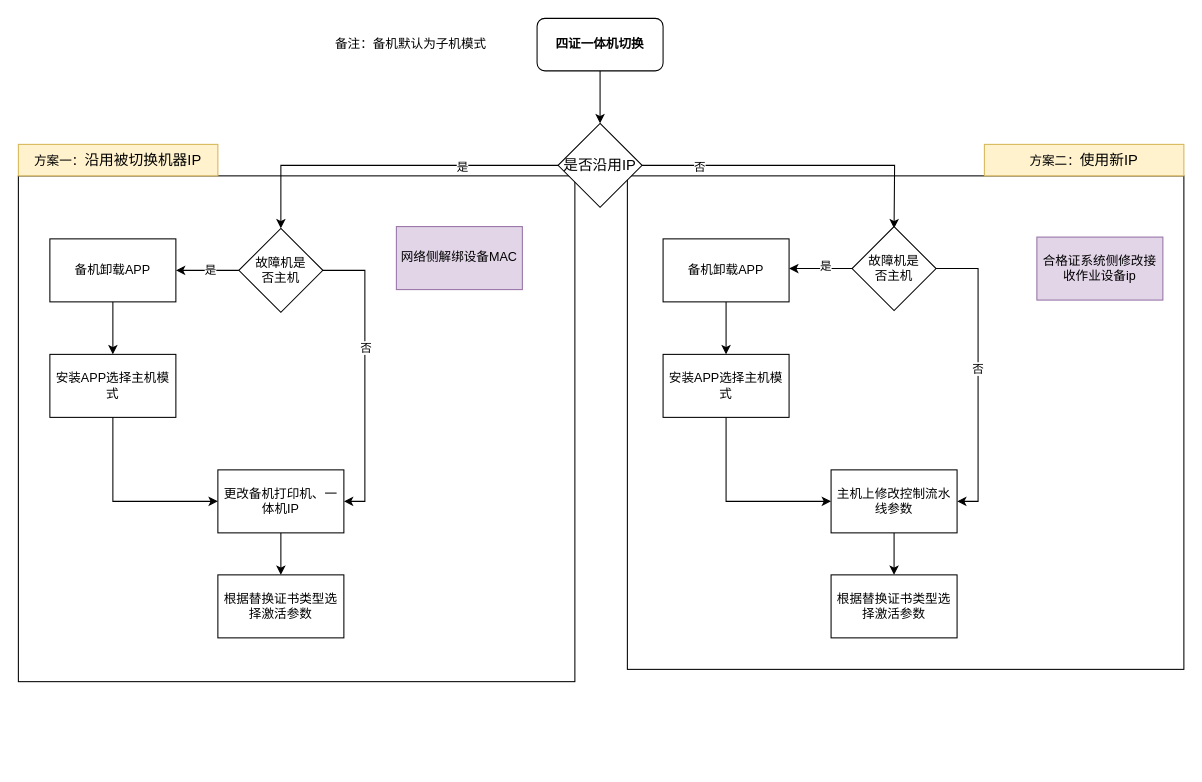
Earlier version of the draw.io diagram page "第 2 页" (2 of 4) of 未命名绘图.drawio (fgh2894/fgh2894.github.io). Source tidied: cells renumbered, new cells numbered last; positions are measured from the earlier drawing's top-left corner, leaving out a move shared by most shapes. Both pictures are drawn from the tidied source at 105%, with x=0, y=0 at pixel (18, 18).
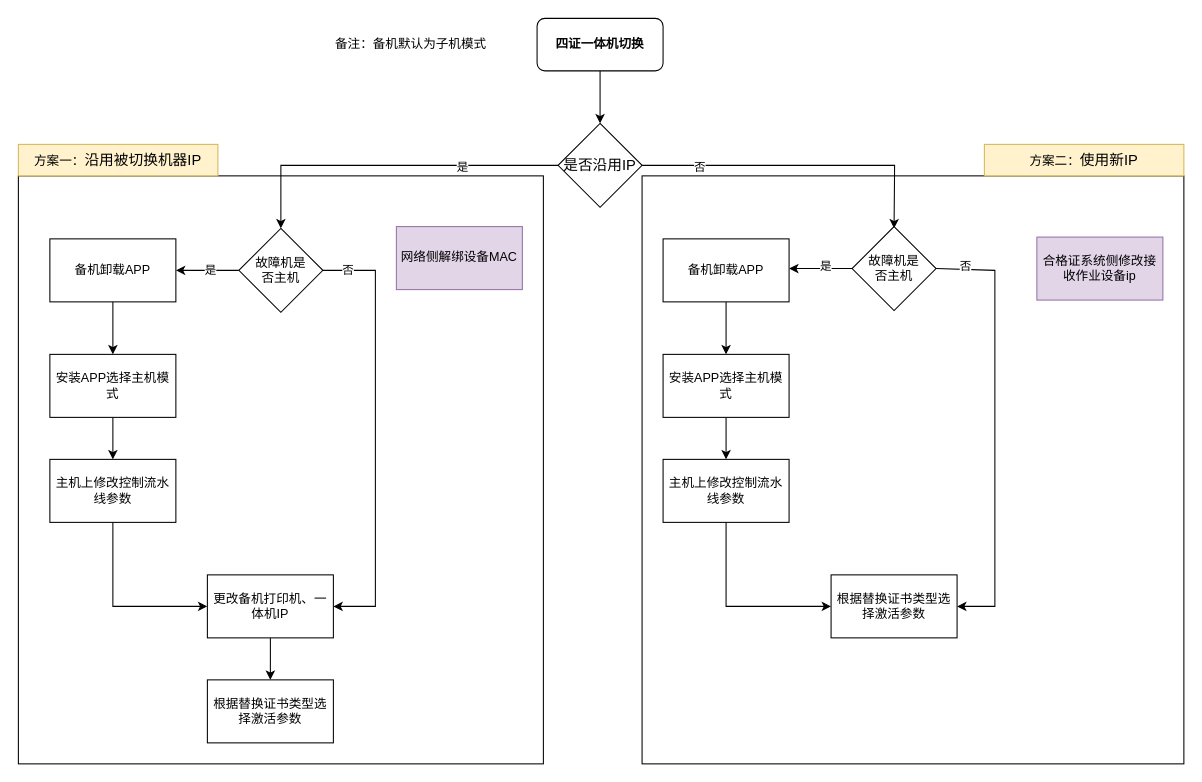
After the change.

Unchanged cells that the change refers to:
```xml
<mxCell id="15" value="故障机是&lt;div&gt;否主机&lt;/div&gt;" style="rhombus;whiteSpace=wrap;html=1;" parent="1" vertex="1">
  <mxGeometry x="210" y="200" width="80" height="80" as="geometry" />
</mxCell>
<mxCell id="19" value="安装APP选择主机模式" style="whiteSpace=wrap;html=1;" parent="1" vertex="1">
  <mxGeometry x="30" y="320" width="120" height="60" as="geometry" />
</mxCell>
<mxCell id="30" value="故障机是&lt;div&gt;否主机&lt;/div&gt;" style="rhombus;whiteSpace=wrap;html=1;" parent="1" vertex="1">
  <mxGeometry x="794" y="198.3" width="80" height="80" as="geometry" />
</mxCell>
<mxCell id="35" value="安装APP选择主机模式" style="whiteSpace=wrap;html=1;" parent="1" vertex="1">
  <mxGeometry x="614" y="320" width="120" height="60" as="geometry" />
</mxCell>
<mxCell id="36" value="根据替换证书类型选择激活参数" style="whiteSpace=wrap;html=1;" parent="1" vertex="1">
  <mxGeometry x="774" y="530" width="120" height="60" as="geometry" />
</mxCell>
```

Change to the diagram source:
```diff
@@
-    <mxCell id="2" style="rounded=0;whiteSpace=wrap;html=1;" parent="1" vertex="1">
-      <mxGeometry y="150" width="530" height="481.7" as="geometry" />
-    </mxCell>
-    <mxCell id="3" style="rounded=0;whiteSpace=wrap;html=1;" parent="1" vertex="1">
-      <mxGeometry x="580" y="150" width="530" height="470" as="geometry" />
-    </mxCell>
+    <mxCell id="42" style="rounded=0;whiteSpace=wrap;html=1;" parent="1" vertex="1">
+      <mxGeometry x="594" y="150" width="516" height="560" as="geometry" />
+    </mxCell>
+    <mxCell id="43" style="rounded=0;whiteSpace=wrap;html=1;" parent="1" vertex="1">
+      <mxGeometry y="150" width="500" height="560" as="geometry" />
+    </mxCell>
@@
-    <mxCell id="13" style="edgeStyle=orthogonalEdgeStyle;rounded=0;jettySize=auto;html=1;entryX=1;entryY=0.5;entryDx=0;entryDy=0;" parent="1" edge="1" source="15" target="21">
-      <mxGeometry relative="1" as="geometry">
-        <Array as="points">
-          <mxPoint x="330" y="240" />
-          <mxPoint x="330" y="460" />
-        </Array>
-      </mxGeometry>
-    </mxCell>
-    <mxCell id="14" value="否" style="edgeLabel;html=1;align=center;verticalAlign=middle;" parent="13" vertex="1">
-      <mxGeometry x="-0.19" relative="1" as="geometry" />
-    </mxCell>
@@
+    <mxCell id="44" style="edgeStyle=orthogonalEdgeStyle;rounded=0;jettySize=auto;html=1;" parent="1" edge="1" source="19" target="45">
+      <mxGeometry relative="1" as="geometry" />
+    </mxCell>
@@
     <mxCell id="21" value="更改备机打印机、一体机IP" style="whiteSpace=wrap;html=1;" parent="1" vertex="1">
-      <mxGeometry x="190" y="430" width="120" height="60" as="geometry" />
+      <mxGeometry x="180" y="530" width="120" height="60" as="geometry" />
     </mxCell>
@@
-    <mxCell id="28" style="edgeStyle=orthogonalEdgeStyle;rounded=0;jettySize=auto;html=1;entryX=1;entryY=0.5;entryDx=0;entryDy=0;exitX=1;exitY=0.5;exitDx=0;exitDy=0;" parent="1" edge="1" source="30" target="32">
-      <mxGeometry relative="1" as="geometry" />
-    </mxCell>
-    <mxCell id="29" value="否" style="edgeLabel;html=1;align=center;verticalAlign=middle;" parent="28" vertex="1">
-      <mxGeometry x="-0.04" y="-1" relative="1" as="geometry" />
-    </mxCell>
@@
-    <mxCell id="31" style="edgeStyle=orthogonalEdgeStyle;rounded=0;jettySize=auto;html=1;" parent="1" edge="1" source="32" target="36">
-      <mxGeometry relative="1" as="geometry" />
-    </mxCell>
     <mxCell id="32" value="主机上修改控制流水线参数" style="whiteSpace=wrap;html=1;" parent="1" vertex="1">
-      <mxGeometry x="774" y="430" width="120" height="60" as="geometry" />
+      <mxGeometry x="614" y="420" width="120" height="60" as="geometry" />
     </mxCell>
@@
+    <mxCell id="39" style="edgeStyle=orthogonalEdgeStyle;rounded=0;jettySize=auto;html=1;" parent="1" edge="1" source="35" target="32">
+      <mxGeometry relative="1" as="geometry" />
+    </mxCell>
@@
-    <mxCell id="39" style="endArrow=classic;html=1;rounded=0;exitX=0.5;exitY=1;exitDx=0;exitDy=0;entryX=0;entryY=0.5;entryDx=0;entryDy=0;" parent="1" edge="1" source="35" target="32">
-      <mxGeometry relative="1" as="geometry">
-        <Array as="points">
-          <mxPoint x="674" y="460" />
-        </Array>
-      </mxGeometry>
-    </mxCell>
     <mxCell id="40" value="根据替换证书类型选择激活参数" style="rounded=0;whiteSpace=wrap;html=1;" parent="1" vertex="1">
-      <mxGeometry x="190" y="530" width="120" height="60" as="geometry" />
+      <mxGeometry x="180" y="630" width="120" height="60" as="geometry" />
     </mxCell>
-    <mxCell id="41" style="endArrow=classic;html=1;rounded=0;exitX=0.5;exitY=1;exitDx=0;exitDy=0;entryX=0;entryY=0.5;entryDx=0;entryDy=0;" parent="1" edge="1" source="19" target="21">
-      <mxGeometry relative="1" as="geometry">
-        <Array as="points">
-          <mxPoint x="90" y="460" />
-        </Array>
-      </mxGeometry>
-    </mxCell>
+    <mxCell id="31" style="endArrow=classic;html=1;rounded=0;exitX=0.5;exitY=1;exitDx=0;exitDy=0;entryX=0;entryY=0.5;entryDx=0;entryDy=0;" parent="1" edge="1" source="32" target="36">
+      <mxGeometry relative="1" as="geometry">
+        <Array as="points">
+          <mxPoint x="674" y="560" />
+        </Array>
+      </mxGeometry>
+    </mxCell>
+    <mxCell id="45" value="主机上修改控制流水线参数" style="whiteSpace=wrap;html=1;" parent="1" vertex="1">
+      <mxGeometry x="30" y="420" width="120" height="60" as="geometry" />
+    </mxCell>
+    <mxCell id="46" style="endArrow=classic;html=1;rounded=0;exitX=0.5;exitY=1;exitDx=0;exitDy=0;entryX=0;entryY=0.5;entryDx=0;entryDy=0;" parent="1" edge="1" source="45" target="21">
+      <mxGeometry relative="1" as="geometry">
+        <Array as="points">
+          <mxPoint x="90" y="560" />
+        </Array>
+      </mxGeometry>
+    </mxCell>
+    <mxCell id="13" style="endArrow=classic;html=1;rounded=0;exitX=1;exitY=0.5;exitDx=0;exitDy=0;entryX=1;entryY=0.5;entryDx=0;entryDy=0;" parent="1" edge="1" source="15" target="21">
+      <mxGeometry relative="1" as="geometry">
+        <Array as="points">
+          <mxPoint x="340" y="240" />
+          <mxPoint x="340" y="560" />
+        </Array>
+      </mxGeometry>
+    </mxCell>
+    <mxCell id="47" value="否" style="edgeLabel;html=1;align=center;verticalAlign=middle;" parent="13" vertex="1">
+      <mxGeometry x="-0.89" y="1" relative="1" as="geometry" />
+    </mxCell>
+    <mxCell id="48" style="endArrow=classic;html=1;rounded=0;exitX=1;exitY=0.5;exitDx=0;exitDy=0;entryX=1;entryY=0.5;entryDx=0;entryDy=0;" parent="1" edge="1" source="30" target="36">
+      <mxGeometry relative="1" as="geometry">
+        <Array as="points">
+          <mxPoint x="930" y="240" />
+          <mxPoint x="930" y="560" />
+        </Array>
+      </mxGeometry>
+    </mxCell>
+    <mxCell id="49" value="否" style="edgeLabel;html=1;align=center;verticalAlign=middle;" parent="48" vertex="1">
+      <mxGeometry x="-0.87" y="4" relative="1" as="geometry" />
+    </mxCell>
```
